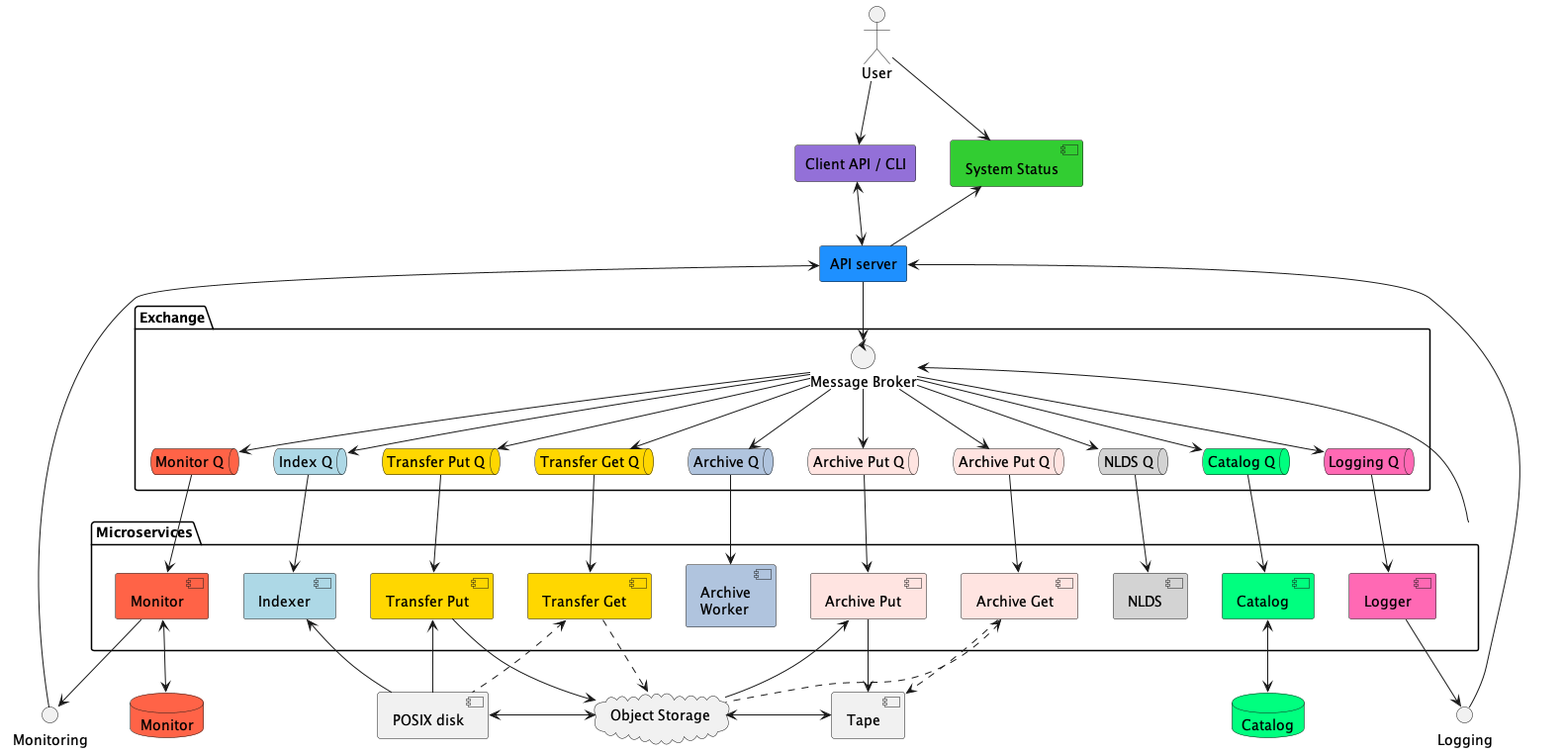
Above: docs/spec/uml/overview.png in cedadev/nlds (PlantUML), before the change.
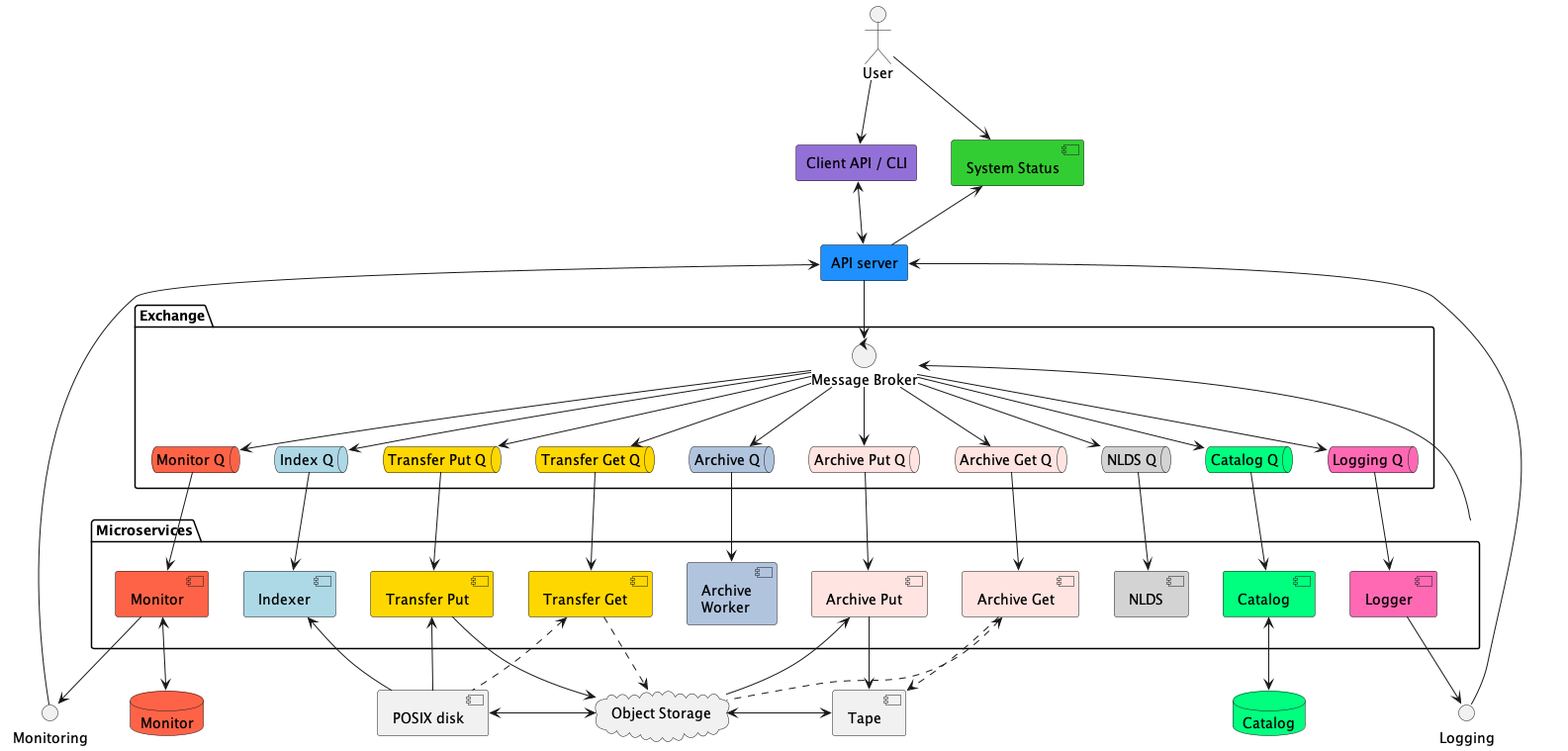
After the commit.

Commit message:
Fix typo in overview diagram (missing the archive get)

The edit, as a diff of the source:
```diff
@@ -26,7 +26,7 @@
     queue tgq as "Transfer Get Q" #gold
     queue aq as "Archive Q" #LightSteelBlue
     queue qap as "Archive Put Q" #MistyRose
-    queue qag as "Archive Put Q" #MistyRose
+    queue qag as "Archive Get Q" #MistyRose
     queue wq as "NLDS Q" #lightgrey
     queue cq as "Catalog Q" #SpringGreen
     queue lq as "Logging Q" #hotpink
```
